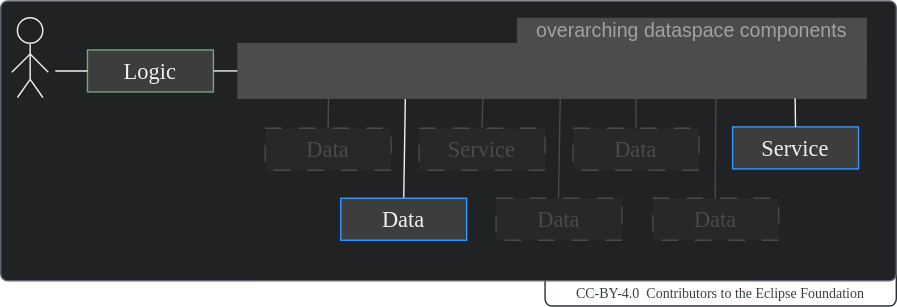
This is docs-kits/kits/behaviour-twin-kit/adoption-view/assets/business-process.drawio.svg from catenax-ng/eclipse-tractusx.github.io, a draw.io export, as it was before one commit. Source tidied: cells renumbered, new cells last; positions are measured from the earlier drawing's top-left corner, leaving out a move shared by most shapes.
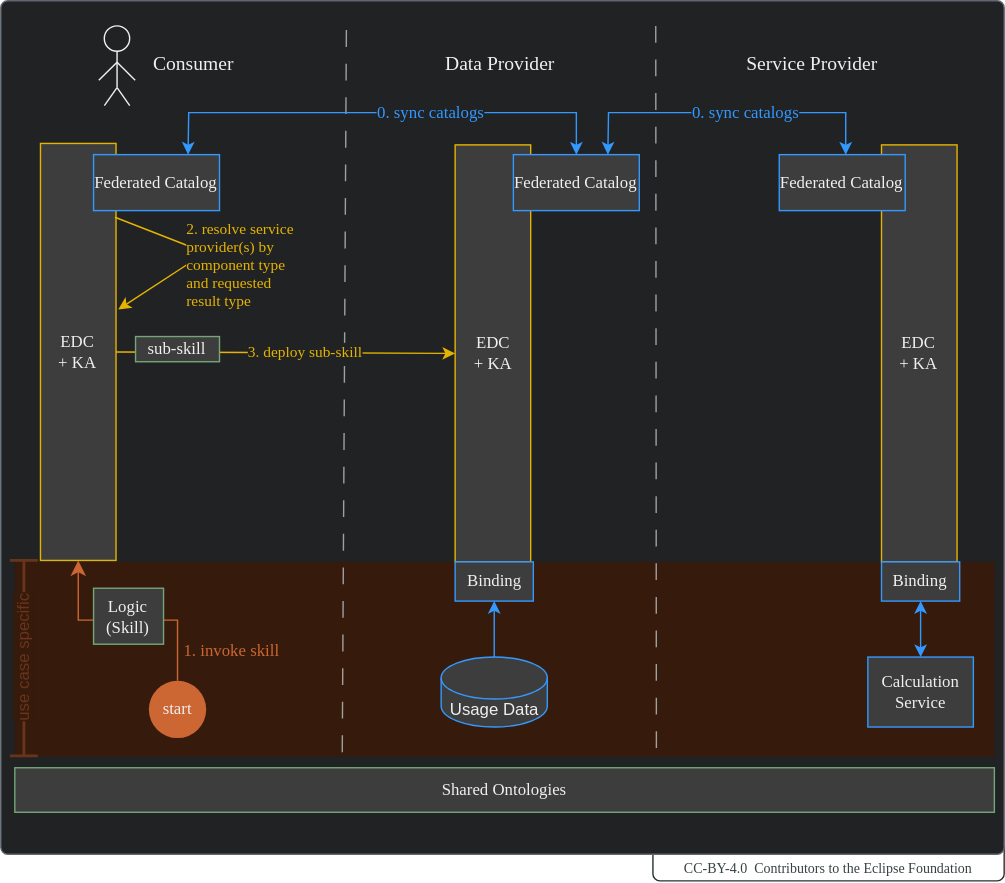
The same file after the commit.

Change to the diagram source:
```diff
@@ -3,105 +3,169 @@
     <mxCell id="0" />
     <mxCell id="1" parent="0" />
     <mxCell id="2" value="&lt;font style=&quot;font-size: 10px;&quot;&gt;CC-BY-4.0&amp;nbsp; Contributors to the Eclipse Foundation&lt;/font&gt;" style="rounded=1;whiteSpace=wrap;html=1;fillColor=none;strokeColor=#283033;arcSize=10;absoluteArcSize=1;imageWidth=25;fillStyle=solid;verticalAlign=bottom;fontFamily=Manrope;fontColor=#384043;" parent="1" vertex="1">
-      <mxGeometry x="389" y="190" width="251" height="28" as="geometry" />
+      <mxGeometry x="466" y="650" width="251" height="28" as="geometry" />
     </mxCell>
     <mxCell id="3" style="rounded=1;whiteSpace=wrap;html=1;fillColor=#202224;strokeColor=#606770;arcSize=10;absoluteArcSize=1;imageWidth=25;fillStyle=solid;" parent="1" vertex="1">
-      <mxGeometry width="640" height="200" as="geometry" />
+      <mxGeometry y="49" width="717" height="610" as="geometry" />
     </mxCell>
-    <mxCell id="4" style="endArrow=none;html=1;rounded=0;entryX=0.5;entryY=0;entryDx=0;entryDy=0;exitX=0.39;exitY=0.966;exitDx=0;exitDy=0;strokeColor=#4A4A4A;exitPerimeter=0;" parent="1" edge="1" source="15" target="17">
-      <mxGeometry relative="1" as="geometry" />
-    </mxCell>
-    <mxCell id="5" style="endArrow=none;html=1;rounded=0;entryX=0.5;entryY=0;entryDx=0;entryDy=0;exitX=0.145;exitY=0.995;exitDx=0;exitDy=0;strokeColor=#4A4A4A;exitPerimeter=0;" parent="1" edge="1" source="15" target="16">
-      <mxGeometry relative="1" as="geometry" />
-    </mxCell>
-    <mxCell id="6" style="endArrow=none;html=1;rounded=0;entryX=0.495;entryY=0.069;entryDx=0;entryDy=0;strokeColor=#4A4A4A;exitX=0.513;exitY=0.978;exitDx=0;exitDy=0;exitPerimeter=0;entryPerimeter=0;" parent="1" edge="1" source="15" target="23">
-      <mxGeometry relative="1" as="geometry" />
-    </mxCell>
-    <mxCell id="7" style="endArrow=none;html=1;rounded=0;exitX=0.5;exitY=0;exitDx=0;exitDy=0;entryX=0.267;entryY=1;entryDx=0;entryDy=0;entryPerimeter=0;" parent="1" edge="1" source="21" target="15">
-      <mxGeometry relative="1" as="geometry" />
-    </mxCell>
-    <mxCell id="8" style="group;" parent="1" vertex="1">
-      <mxGeometry x="8" y="12" width="26" height="57" as="geometry" />
-    </mxCell>
+    <mxCell id="30" style="rounded=0;whiteSpace=wrap;html=1;strokeColor=none;fillColor=#361B0D;fillStyle=solid;fontColor=#F0F0F0;" parent="1" vertex="1">
+      <mxGeometry x="10" y="450" width="700" height="139" as="geometry" />
+    </mxCell>
+    <mxCell id="31" style="endArrow=none;html=1;rounded=0;dashed=1;dashPattern=12 12;strokeColor=#A0A0A0;startArrow=none;" parent="1" edge="1">
+      <mxGeometry relative="1" as="geometry">
+        <mxPoint x="244" y="586" as="sourcePoint" />
+        <mxPoint x="247" y="59" as="targetPoint" />
+      </mxGeometry>
+    </mxCell>
+    <mxCell id="32" style="endArrow=none;html=1;rounded=0;dashed=1;dashPattern=12 12;strokeColor=#A0A0A0;" parent="1" edge="1">
+      <mxGeometry relative="1" as="geometry">
+        <mxPoint x="468.5" y="583" as="sourcePoint" />
+        <mxPoint x="468" y="59" as="targetPoint" />
+      </mxGeometry>
+    </mxCell>
+    <mxCell id="33" value="&lt;font style=&quot;font-size: 14px;&quot; face=&quot;Manrope&quot;&gt;Consumer&lt;/font&gt;" style="rounded=0;whiteSpace=wrap;html=1;strokeColor=none;fillColor=none;fillStyle=solid;fontColor=#F0F0F0;" parent="1" vertex="1">
+      <mxGeometry x="28.5" y="80" width="217.9" height="30" as="geometry" />
+    </mxCell>
+    <mxCell id="34" value="&lt;font style=&quot;font-size: 14px;&quot; face=&quot;Manrope&quot;&gt;Data Provider&lt;/font&gt;" style="rounded=0;whiteSpace=wrap;html=1;strokeColor=none;fillColor=none;fillStyle=solid;fontColor=#F0F0F0;" parent="1" vertex="1">
+      <mxGeometry x="246.5" y="80" width="222.2" height="30" as="geometry" />
+    </mxCell>
+    <mxCell id="35" value="&lt;font style=&quot;font-size: 14px;&quot; face=&quot;Manrope&quot;&gt;Service Provider&lt;/font&gt;" style="rounded=0;whiteSpace=wrap;html=1;strokeColor=none;fillColor=none;fillStyle=solid;fontColor=#F0F0F0;" parent="1" vertex="1">
+      <mxGeometry x="468.7" y="80" width="221.5" height="30" as="geometry" />
+    </mxCell>
+    <mxCell id="36" value="&lt;font style=&quot;font-size: 12px;&quot; face=&quot;Manrope&quot;&gt;EDC&lt;br&gt;+ KA&lt;/font&gt;" style="rounded=0;whiteSpace=wrap;html=1;strokeColor=#E6B400;fillColor=#3D3D3D;fillStyle=solid;fontColor=#F0F0F0;" parent="1" vertex="1">
+      <mxGeometry x="28.3" y="151" width="54" height="298" as="geometry" />
+    </mxCell>
+    <mxCell id="37" value="&lt;font face=&quot;Manrope&quot;&gt;start&lt;/font&gt;" style="ellipse;whiteSpace=wrap;html=1;strokeColor=none;fontSize=12;fontColor=#F0F0F0;fillColor=#CC6633;" parent="1" vertex="1">
+      <mxGeometry x="105.8" y="535" width="41" height="41" as="geometry" />
+    </mxCell>
+    <mxCell id="38" value="&lt;font style=&quot;font-size: 12px;&quot; face=&quot;Manrope&quot;&gt;EDC&lt;br&gt;+ KA&lt;/font&gt;" style="rounded=0;whiteSpace=wrap;html=1;strokeColor=#E6B400;fillColor=#3D3D3D;fillStyle=solid;fontColor=#F0F0F0;" parent="1" vertex="1">
+      <mxGeometry x="324.7" y="152" width="54" height="298" as="geometry" />
+    </mxCell>
+    <mxCell id="39" value="&lt;font style=&quot;font-size: 12px;&quot; face=&quot;Manrope&quot;&gt;EDC&lt;br&gt;+ KA&lt;/font&gt;" style="rounded=0;whiteSpace=wrap;html=1;strokeColor=#E6B400;fillColor=#3D3D3D;fillStyle=solid;fontColor=#F0F0F0;" parent="1" vertex="1">
+      <mxGeometry x="629.3" y="152" width="54" height="298" as="geometry" />
+    </mxCell>
+    <mxCell id="40" style="group;" parent="1" vertex="1">
+      <mxGeometry x="70" y="67" width="26" height="57" as="geometry" />
+    </mxCell>
-    <mxCell id="9" style="ellipse;whiteSpace=wrap;html=1;fillColor=none;" parent="8" vertex="1">
+    <mxCell id="9" style="ellipse;whiteSpace=wrap;html=1;fillColor=none;strokeColor=#F0F0F0;" parent="40" vertex="1">
       <mxGeometry x="3.9" width="18.1" height="18.1" as="geometry" />
     </mxCell>
-    <mxCell id="10" style="endArrow=none;html=1;rounded=0;" parent="8" edge="1">
+    <mxCell id="10" style="endArrow=none;html=1;rounded=0;strokeColor=#F0F0F0;" parent="40" edge="1">
       <mxGeometry relative="1" as="geometry">
         <mxPoint x="13.1" y="44" as="sourcePoint" />
         <mxPoint x="13.1" y="18.1" as="targetPoint" />
       </mxGeometry>
     </mxCell>
-    <mxCell id="11" style="endArrow=none;html=1;rounded=0;" parent="8" edge="1">
+    <mxCell id="11" style="endArrow=none;html=1;rounded=0;strokeColor=#F0F0F0;" parent="40" edge="1">
       <mxGeometry relative="1" as="geometry">
         <mxPoint x="26" y="38.9" as="sourcePoint" />
         <mxPoint x="13.1" y="25.9" as="targetPoint" />
       </mxGeometry>
     </mxCell>
-    <mxCell id="12" style="endArrow=none;html=1;rounded=0;exitX=0.152;exitY=0.35;exitDx=0;exitDy=0;exitPerimeter=0;" parent="8" edge="1">
+    <mxCell id="12" style="endArrow=none;html=1;rounded=0;exitX=0.152;exitY=0.35;exitDx=0;exitDy=0;exitPerimeter=0;strokeColor=#F0F0F0;" parent="40" edge="1">
       <mxGeometry relative="1" as="geometry">
         <mxPoint y="38.9" as="sourcePoint" />
         <mxPoint x="13.1" y="25.9" as="targetPoint" />
       </mxGeometry>
     </mxCell>
-    <mxCell id="13" style="endArrow=none;html=1;rounded=0;entryX=0.5;entryY=0;entryDx=0;entryDy=0;" parent="8" edge="1">
+    <mxCell id="13" style="endArrow=none;html=1;rounded=0;entryX=0.5;entryY=0;entryDx=0;entryDy=0;strokeColor=#F0F0F0;" parent="40" edge="1">
       <mxGeometry relative="1" as="geometry">
         <mxPoint x="4" y="57" as="sourcePoint" />
         <mxPoint x="13.1" y="44" as="targetPoint" />
       </mxGeometry>
     </mxCell>
-    <mxCell id="14" style="endArrow=none;html=1;rounded=0;entryX=0.5;entryY=0;entryDx=0;entryDy=0;" parent="8" edge="1">
+    <mxCell id="14" style="endArrow=none;html=1;rounded=0;entryX=0.5;entryY=0;entryDx=0;entryDy=0;strokeColor=#F0F0F0;" parent="40" edge="1">
       <mxGeometry relative="1" as="geometry">
         <mxPoint x="22.1" y="57" as="sourcePoint" />
         <mxPoint x="13.1" y="44" as="targetPoint" />
       </mxGeometry>
     </mxCell>
-    <mxCell id="15" style="rounded=0;whiteSpace=wrap;html=1;strokeColor=none;fillStyle=solid;fillColor=#4A4C4E;" parent="1" vertex="1">
-      <mxGeometry x="169" y="30" width="450" height="40" as="geometry" />
-    </mxCell>
-    <mxCell id="16" value="&lt;font style=&quot;font-size: 16px;&quot; face=&quot;Manrope&quot;&gt;Data&lt;/font&gt;" style="rounded=0;whiteSpace=wrap;html=1;strokeColor=#4A4A4A;fillColor=#26282A;fillStyle=solid;dashed=1;dashPattern=12 12;fontColor=#4A4A4A;" parent="1" vertex="1">
-      <mxGeometry x="189" y="91" width="90" height="30" as="geometry" />
-    </mxCell>
-    <mxCell id="17" value="&lt;font style=&quot;font-size: 16px;&quot; face=&quot;Manrope&quot;&gt;Service&lt;/font&gt;" style="rounded=0;whiteSpace=wrap;html=1;strokeColor=#4A4A4A;fillColor=#26282A;fillStyle=solid;dashed=1;dashPattern=12 12;fontColor=#4A4A4A;" parent="1" vertex="1">
-      <mxGeometry x="299" y="91" width="90" height="30" as="geometry" />
-    </mxCell>
-    <mxCell id="18" value="&lt;font style=&quot;font-size: 16px;&quot; face=&quot;Manrope&quot;&gt;Logic&lt;/font&gt;" style="rounded=0;whiteSpace=wrap;html=1;strokeColor=#74A678;fillColor=#3D3D3D;fillStyle=solid;" parent="1" vertex="1">
-      <mxGeometry x="62" y="35" width="90" height="30" as="geometry" />
-    </mxCell>
-    <mxCell id="19" style="endArrow=none;html=1;rounded=0;entryX=0;entryY=0.5;entryDx=0;entryDy=0;" parent="1" edge="1" target="18">
-      <mxGeometry relative="1" as="geometry">
-        <mxPoint x="39" y="50" as="sourcePoint" />
-      </mxGeometry>
-    </mxCell>
-    <mxCell id="20" style="endArrow=none;html=1;rounded=0;entryX=1;entryY=0.5;entryDx=0;entryDy=0;exitX=0;exitY=0.5;exitDx=0;exitDy=0;" parent="1" edge="1" source="15" target="18">
-      <mxGeometry relative="1" as="geometry" />
-    </mxCell>
-    <mxCell id="21" value="&lt;font style=&quot;font-size: 16px;&quot; face=&quot;Manrope&quot;&gt;Data&lt;/font&gt;" style="rounded=0;whiteSpace=wrap;html=1;strokeColor=#3399FF;fillColor=#3D3D3D;fillStyle=solid;" parent="1" vertex="1">
-      <mxGeometry x="243" y="141" width="90" height="30" as="geometry" />
-    </mxCell>
-    <mxCell id="22" value="&lt;font style=&quot;font-size: 16px;&quot; face=&quot;Manrope&quot;&gt;Service&lt;/font&gt;" style="rounded=0;whiteSpace=wrap;html=1;strokeColor=#3399FF;fillColor=#3D3D3D;fillStyle=solid;" parent="1" vertex="1">
-      <mxGeometry x="523" y="90" width="90" height="30" as="geometry" />
-    </mxCell>
-    <mxCell id="23" value="&lt;font style=&quot;font-size: 16px;&quot; face=&quot;Manrope&quot;&gt;Data&lt;/font&gt;" style="rounded=0;whiteSpace=wrap;html=1;strokeColor=#4A4A4A;fillColor=#26282A;fillStyle=solid;dashed=1;dashPattern=12 12;fontColor=#4A4A4A;" parent="1" vertex="1">
-      <mxGeometry x="354" y="141" width="90" height="30" as="geometry" />
-    </mxCell>
-    <mxCell id="24" style="endArrow=none;html=1;rounded=0;entryX=0.5;entryY=0;entryDx=0;entryDy=0;exitX=0.633;exitY=0.96;exitDx=0;exitDy=0;strokeColor=#4A4A4A;exitPerimeter=0;" parent="1" edge="1" source="15" target="25">
-      <mxGeometry relative="1" as="geometry" />
-    </mxCell>
-    <mxCell id="25" value="&lt;font style=&quot;font-size: 16px;&quot; face=&quot;Manrope&quot;&gt;Data&lt;/font&gt;" style="rounded=0;whiteSpace=wrap;html=1;strokeColor=#4A4A4A;fillColor=#26282A;fillStyle=solid;dashed=1;dashPattern=12 12;fontColor=#4A4A4A;" parent="1" vertex="1">
-      <mxGeometry x="409" y="91" width="90" height="30" as="geometry" />
-    </mxCell>
-    <mxCell id="26" style="endArrow=none;html=1;rounded=0;entryX=0.496;entryY=0.069;entryDx=0;entryDy=0;strokeColor=#4A4A4A;exitX=0.76;exitY=1.001;exitDx=0;exitDy=0;exitPerimeter=0;entryPerimeter=0;" parent="1" edge="1" source="15" target="27">
-      <mxGeometry relative="1" as="geometry" />
-    </mxCell>
-    <mxCell id="27" value="&lt;font style=&quot;font-size: 16px;&quot; face=&quot;Manrope&quot;&gt;Data&lt;/font&gt;" style="rounded=0;whiteSpace=wrap;html=1;strokeColor=#4A4A4A;fillColor=#26282A;fillStyle=solid;dashed=1;dashPattern=12 12;fontColor=#4A4A4A;" parent="1" vertex="1">
-      <mxGeometry x="466" y="141" width="90" height="30" as="geometry" />
-    </mxCell>
-    <mxCell id="28" style="endArrow=none;html=1;rounded=0;entryX=0.886;entryY=0.99;entryDx=0;entryDy=0;entryPerimeter=0;exitX=0.5;exitY=0;exitDx=0;exitDy=0;" parent="1" edge="1" source="22" target="15">
-      <mxGeometry relative="1" as="geometry" />
-    </mxCell>
-    <mxCell id="29" value="&lt;font style=&quot;font-size: 14px;&quot;&gt;overarching dataspace components&lt;/font&gt;" style="rounded=0;whiteSpace=wrap;html=1;strokeColor=none;fillStyle=solid;fillColor=#4A4C4E;verticalAlign=top;spacing=2;spacingTop=-6;fontColor=#A0A3A6;" parent="1" vertex="1">
-      <mxGeometry x="369" y="12" width="250" height="30" as="geometry" />
-    </mxCell>
+    <mxCell id="41" style="edgeStyle=elbowEdgeStyle;elbow=vertical;endArrow=classic;html=1;curved=0;rounded=0;endSize=8;startSize=8;strokeColor=#CC6633;fontSize=12;fontColor=#F0F0F0;exitX=0.5;exitY=0;exitDx=0;exitDy=0;entryX=0.5;entryY=1;entryDx=0;entryDy=0;" parent="1" edge="1" source="37" target="36">
+      <mxGeometry relative="1" as="geometry" />
+    </mxCell>
+    <mxCell id="42" value="&lt;font face=&quot;Manrope&quot;&gt;1. invoke skill&lt;/font&gt;" style="edgeLabel;html=1;align=left;verticalAlign=middle;fontSize=12;fontColor=#CC6633;labelBackgroundColor=#361B0D;" parent="41" vertex="1">
+      <mxGeometry x="-0.72" y="-3" relative="1" as="geometry" />
+    </mxCell>
+    <mxCell id="43" value="&lt;font style=&quot;font-size: 12px;&quot; face=&quot;Manrope&quot;&gt;Federated Catalog&lt;/font&gt;" style="rounded=0;whiteSpace=wrap;html=1;strokeColor=#3399FF;fillColor=#3D3D3D;fillStyle=solid;fontColor=#F0F0F0;" parent="1" vertex="1">
+      <mxGeometry x="66.3" y="159" width="90" height="40" as="geometry" />
+    </mxCell>
+    <mxCell id="44" value="&lt;font style=&quot;font-size: 12px;&quot; face=&quot;Manrope&quot;&gt;Shared Ontologies&lt;br&gt;&lt;/font&gt;" style="rounded=0;whiteSpace=wrap;html=1;strokeColor=#74A678;fillColor=#3D3D3D;fillStyle=solid;fontColor=#F0F0F0;" parent="1" vertex="1">
+      <mxGeometry x="10" y="597.1" width="700" height="31.8" as="geometry" />
+    </mxCell>
+    <mxCell id="45" value="&lt;font style=&quot;font-size: 12px;&quot; face=&quot;Manrope&quot;&gt;Federated Catalog&lt;/font&gt;" style="rounded=0;whiteSpace=wrap;html=1;strokeColor=#3399FF;fillColor=#3D3D3D;fillStyle=solid;fontColor=#F0F0F0;" parent="1" vertex="1">
+      <mxGeometry x="366.3" y="159" width="90" height="40" as="geometry" />
+    </mxCell>
+    <mxCell id="46" value="&lt;font style=&quot;font-size: 12px;&quot; face=&quot;Manrope&quot;&gt;Federated Catalog&lt;/font&gt;" style="rounded=0;whiteSpace=wrap;html=1;strokeColor=#3399FF;fillColor=#3D3D3D;fillStyle=solid;fontColor=#F0F0F0;" parent="1" vertex="1">
+      <mxGeometry x="556.3" y="159" width="90" height="40" as="geometry" />
+    </mxCell>
+    <mxCell id="47" style="endArrow=classic;startArrow=classic;html=1;strokeColor=#3399FF;fontSize=12;fontColor=#F0F0F0;exitX=0.75;exitY=0;exitDx=0;exitDy=0;entryX=0.5;entryY=0;entryDx=0;entryDy=0;rounded=0;" parent="1" edge="1" source="43" target="45">
+      <mxGeometry relative="1" as="geometry">
+        <Array as="points">
+          <mxPoint x="134.3" y="129" />
+          <mxPoint x="411.3" y="129" />
+        </Array>
+      </mxGeometry>
+    </mxCell>
+    <mxCell id="48" value="&lt;font face=&quot;Manrope&quot; color=&quot;#3399ff&quot;&gt;&amp;nbsp;0. sync catalogs&amp;nbsp;&lt;/font&gt;" style="edgeLabel;html=1;align=center;verticalAlign=middle;fontSize=12;fontColor=#F0F0F0;labelBackgroundColor=#202224;" parent="47" vertex="1">
+      <mxGeometry x="0.2" relative="1" as="geometry" />
+    </mxCell>
+    <mxCell id="49" style="endArrow=classic;startArrow=classic;html=1;strokeColor=#3399FF;fontSize=12;fontColor=#F0F0F0;exitX=0.75;exitY=0;exitDx=0;exitDy=0;entryX=0.5;entryY=0;entryDx=0;entryDy=0;rounded=0;" parent="1" edge="1" source="45">
+      <mxGeometry relative="1" as="geometry">
+        <mxPoint x="603.8" y="159" as="targetPoint" />
+        <Array as="points">
+          <mxPoint x="434.3" y="129" />
+          <mxPoint x="603.8" y="129" />
+        </Array>
+      </mxGeometry>
+    </mxCell>
+    <mxCell id="50" value="&lt;span style=&quot;color: rgba(0, 0, 0, 0); font-family: monospace; font-size: 0px; text-align: start; background-color: rgb(42, 37, 47);&quot;&gt;%3CmxGraphModel%3E%3Croot%3E%3CmxCell%20id%3D%220%22%2F%3E%3CmxCell%20id%3D%221%22%20parent%3D%220%22%2F%3E%3CmxCell%20id%3D%222%22%20value%3D%22%26lt%3Bfont%20color%3D%26quot%3B%233399ff%26quot%3B%26gt%3B%26amp%3Bnbsp%3B0.%20sync%20catalogs%26amp%3Bnbsp%3B%26lt%3B%2Ffont%26gt%3B%22%20style%3D%22edgeLabel%3Bhtml%3D1%3Balign%3Dcenter%3BverticalAlign%3Dmiddle%3Bresizable%3D0%3Bpoints%3D%5B%5D%3BfontSize%3D12%3BfontColor%3D%23F0F0F0%3B%22%20vertex%3D%221%22%20connectable%3D%220%22%20parent%3D%221%22%3E%3CmxGeometry%20x%3D%22300.604529274819%22%20y%3D%22-950%22%20as%3D%22geometry%22%2F%3E%3C%2FmxCell%3E%3C%2Froot%3E%3C%2FmxGraphModel%&lt;/span&gt;" style="edgeLabel;html=1;align=center;verticalAlign=middle;fontSize=12;fontColor=#3399FF;" parent="49" vertex="1">
+      <mxGeometry x="0.09" relative="1" as="geometry" />
+    </mxCell>
+    <mxCell id="51" value="&lt;font face=&quot;Manrope&quot;&gt;&amp;nbsp;0. sync catalogs&amp;nbsp;&lt;/font&gt;" style="edgeLabel;html=1;align=center;verticalAlign=middle;fontSize=12;fontColor=#3399FF;labelBackgroundColor=#202224;" parent="49" vertex="1">
+      <mxGeometry x="0.11" relative="1" as="geometry" />
+    </mxCell>
+    <mxCell id="52" style="endArrow=classic;html=1;fontColor=#E6B400;exitX=0.986;exitY=0.177;exitDx=0;exitDy=0;entryX=1.03;entryY=0.398;entryDx=0;entryDy=0;strokeColor=#E6B400;entryPerimeter=0;exitPerimeter=0;" parent="1" edge="1" source="36" target="36">
+      <mxGeometry relative="1" as="geometry">
+        <Array as="points">
+          <mxPoint x="146.3" y="229" />
+        </Array>
+      </mxGeometry>
+    </mxCell>
+    <mxCell id="53" value="&lt;font face=&quot;Manrope&quot;&gt;2. resolve&amp;nbsp;service&lt;br&gt;&amp;nbsp; &amp;nbsp; provider(s)&amp;nbsp;by&lt;br&gt;&amp;nbsp; &amp;nbsp; component type&lt;br&gt;&amp;nbsp; &amp;nbsp; and&amp;nbsp;requested&lt;br&gt;&amp;nbsp; &amp;nbsp; result&amp;nbsp;type&lt;br&gt;&lt;/font&gt;" style="edgeLabel;html=1;align=left;verticalAlign=middle;fontColor=#E6B400;labelBackgroundColor=#202224;" parent="52" vertex="1">
+      <mxGeometry x="0.22" y="-1" relative="1" as="geometry" />
+    </mxCell>
+    <mxCell id="54" value="&lt;font style=&quot;font-size: 12px;&quot; face=&quot;Manrope&quot;&gt;Binding&lt;/font&gt;" style="rounded=0;whiteSpace=wrap;html=1;strokeColor=#3399FF;fillColor=#3D3D3D;fillStyle=solid;fontColor=#F0F0F0;" parent="1" vertex="1">
+      <mxGeometry x="324.7" y="450" width="55.9" height="28" as="geometry" />
+    </mxCell>
+    <mxCell id="55" value="&lt;font style=&quot;font-size: 12px;&quot; face=&quot;Manrope&quot;&gt;Binding&lt;/font&gt;" style="rounded=0;whiteSpace=wrap;html=1;strokeColor=#3399FF;fillColor=#3D3D3D;fillStyle=solid;fontColor=#F0F0F0;" parent="1" vertex="1">
+      <mxGeometry x="629.3" y="450" width="55.9" height="28" as="geometry" />
+    </mxCell>
+    <mxCell id="56" style="endArrow=classic;html=1;strokeColor=#E6B400;fontColor=#E6B400;exitX=1;exitY=0.5;exitDx=0;exitDy=0;entryX=0;entryY=0.5;entryDx=0;entryDy=0;" parent="1" edge="1" source="36" target="38">
+      <mxGeometry relative="1" as="geometry" />
+    </mxCell>
+    <mxCell id="57" value="&lt;font face=&quot;Manrope&quot;&gt;&amp;nbsp;3. deploy sub-skill&amp;nbsp;&lt;/font&gt;" style="edgeLabel;html=1;align=left;verticalAlign=middle;fontColor=#E6B400;labelBackgroundColor=#202224;" parent="56" vertex="1">
+      <mxGeometry x="-0.23" y="1" relative="1" as="geometry" />
+    </mxCell>
+    <mxCell id="58" value="&lt;font style=&quot;font-size: 12px;&quot; face=&quot;Manrope&quot;&gt;sub-skill&lt;br&gt;&lt;/font&gt;" style="rounded=0;whiteSpace=wrap;html=1;strokeColor=#74A678;fillColor=#3D3D3D;fillStyle=solid;fontColor=#F0F0F0;" parent="1" vertex="1">
+      <mxGeometry x="96.3" y="289" width="60" height="18" as="geometry" />
+    </mxCell>
+    <mxCell id="59" value="&lt;font color=&quot;#f0f0f0&quot;&gt;Usage Data&lt;/font&gt;" style="shape=cylinder3;whiteSpace=wrap;html=1;boundedLbl=1;backgroundOutline=1;size=15;labelBackgroundColor=none;strokeColor=#3399FF;fontColor=#3399FF;fillColor=#3D3D3D;" parent="1" vertex="1">
+      <mxGeometry x="314.7" y="518" width="75.9" height="50" as="geometry" />
+    </mxCell>
+    <mxCell id="60" value="&lt;font style=&quot;font-size: 12px;&quot; face=&quot;Manrope&quot;&gt;Calculation&lt;br&gt;Service&lt;/font&gt;" style="rounded=0;whiteSpace=wrap;html=1;strokeColor=#3399FF;fillColor=#3D3D3D;fillStyle=solid;fontColor=#F0F0F0;" parent="1" vertex="1">
+      <mxGeometry x="619.6" y="518" width="75.4" height="50" as="geometry" />
+    </mxCell>
+    <mxCell id="61" style="endArrow=classic;startArrow=classic;html=1;strokeColor=#3399FF;fontColor=#F0F0F0;exitX=0.5;exitY=0;exitDx=0;exitDy=0;entryX=0.5;entryY=1;entryDx=0;entryDy=0;" parent="1" edge="1" source="60" target="55">
+      <mxGeometry relative="1" as="geometry" />
+    </mxCell>
+    <mxCell id="62" style="endArrow=classic;html=1;strokeColor=#3399FF;fontColor=#F0F0F0;exitX=0.5;exitY=0;exitDx=0;exitDy=0;exitPerimeter=0;entryX=0.5;entryY=1;entryDx=0;entryDy=0;" parent="1" edge="1" source="59" target="54">
+      <mxGeometry relative="1" as="geometry" />
+    </mxCell>
+    <mxCell id="63" value="&lt;font style=&quot;font-size: 12px;&quot; face=&quot;Manrope&quot;&gt;Logic&lt;br&gt;(Skill)&lt;br&gt;&lt;/font&gt;" style="rounded=0;whiteSpace=wrap;html=1;strokeColor=#74A678;fillColor=#3D3D3D;fillStyle=solid;fontColor=#F0F0F0;" parent="1" vertex="1">
+      <mxGeometry x="66.3" y="468.9" width="50" height="40" as="geometry" />
+    </mxCell>
+    <mxCell id="64" value="&lt;font style=&quot;background-color: rgb(54, 27, 13);&quot; color=&quot;#69341a&quot;&gt;&amp;nbsp;use case specific&amp;nbsp;&lt;/font&gt;" style="shape=crossbar;whiteSpace=wrap;html=1;rounded=1;labelBackgroundColor=#361B0D;strokeColor=#69341A;fontColor=#F0F0F0;fillColor=#69341A;rotation=-90;strokeWidth=2;" parent="1" vertex="1">
+      <mxGeometry x="-53.4" y="508.9" width="139.7" height="20" as="geometry" />
+    </mxCell>
   </root>
 </mxGraphModel>
```
